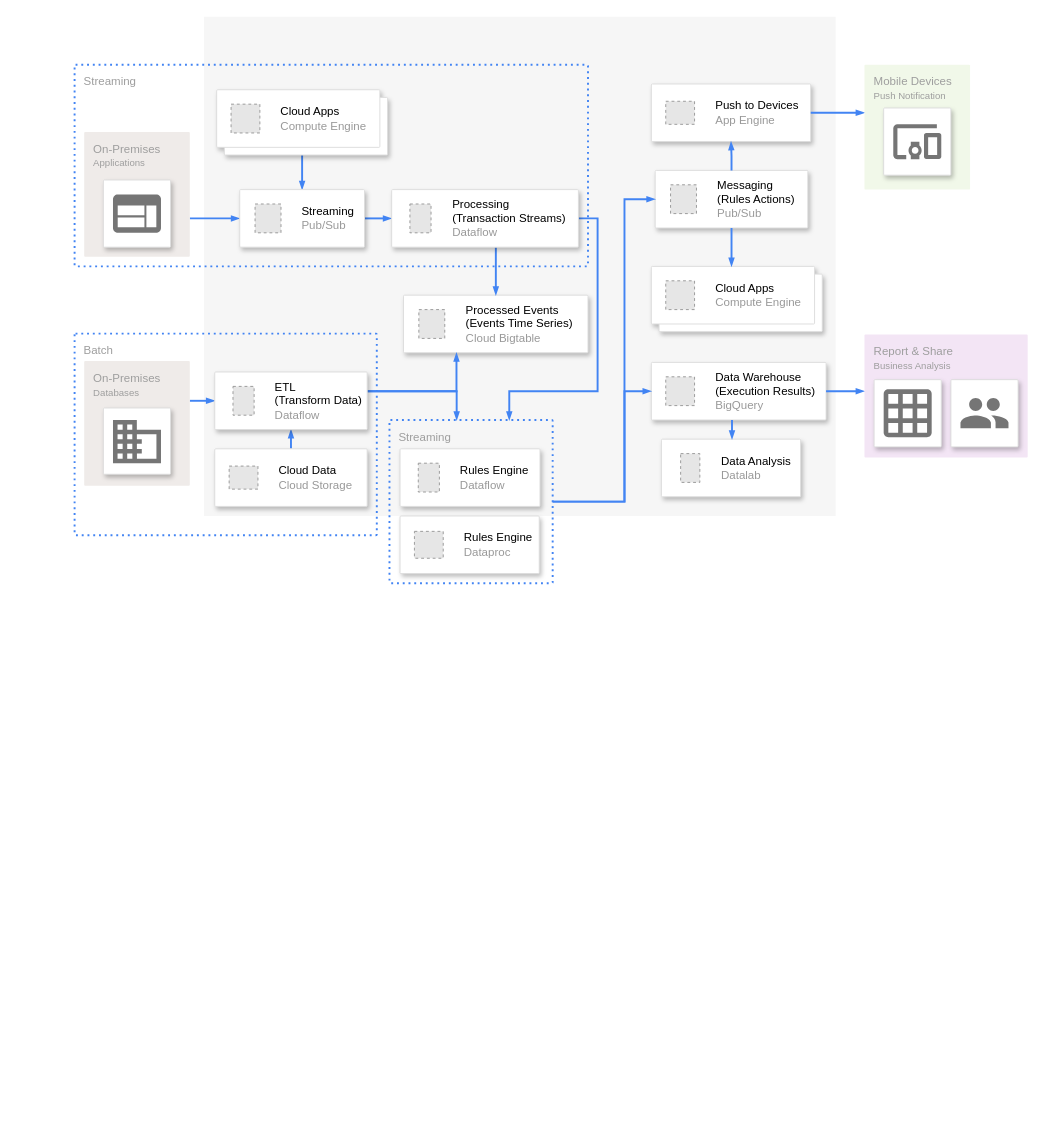
The draw.io diagram Untitled Diagram.drawio in HikariReiziq/ERD_Database-System, before the edit. Source tidied: cells renumbered, new cells numbered last; positions are measured from the earlier drawing's top-left corner, leaving out a move shared by most shapes. Both pictures are drawn from the tidied source at 96%, with x=0, y=0 at pixel (74, 16). Pictures stored in the file or linked from it are replaced by grey dashed boxes.
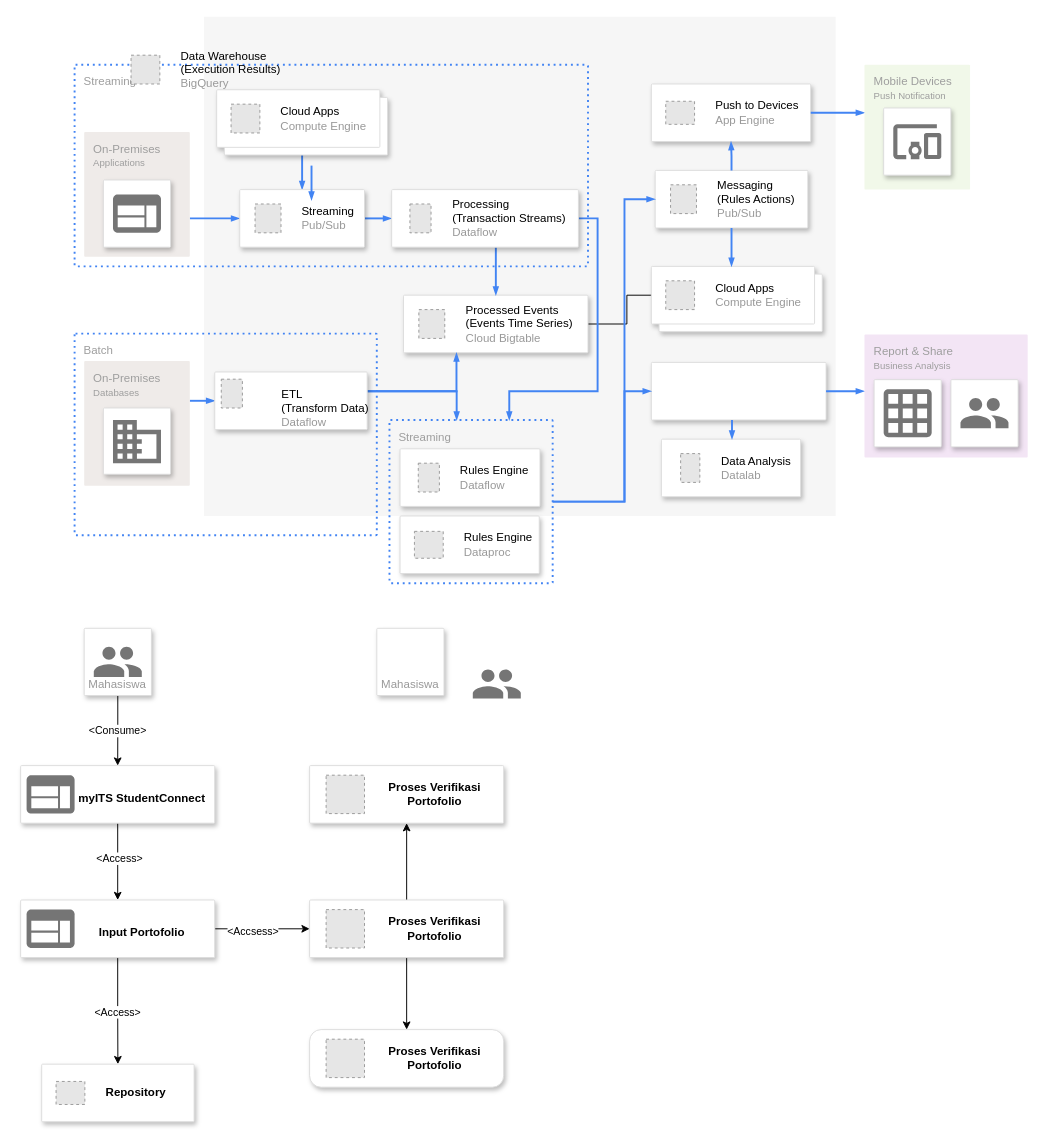
The same page after the edit.

Unchanged cells that the change refers to:
```xml
<mxCell id="2" style="fillColor=#F6F6F6;strokeColor=none;shadow=0;gradientColor=none;fontSize=14;align=left;spacing=10;fontColor=#717171;9E9E9E;verticalAlign=top;spacingTop=-4;fontStyle=0;spacingLeft=40;html=1;" parent="1" vertex="1">
  <mxGeometry x="135" width="658" height="520" as="geometry" />
</mxCell>
<mxCell id="3" style="strokeColor=#dddddd;shadow=1;strokeWidth=1;rounded=1;absoluteArcSize=1;arcSize=2;" parent="2" vertex="1">
  <mxGeometry x="207.8" y="290" width="192.2" height="60" as="geometry" />
</mxCell>
<mxCell id="11" value="&lt;font color=&quot;#000000&quot;&gt;Cloud Apps&lt;/font&gt;&lt;br&gt;Compute Engine" style="fillColor=#E6E6E6;strokeColor=#999999;dashed=1;html=1;fontColor=#999999;verticalLabelPosition=middle;verticalAlign=middle;labelPosition=right;align=left;spacingLeft=20;" parent="10" vertex="1">
  <mxGeometry width="30" height="30" relative="1" as="geometry">
    <mxPoint x="15" y="15" as="offset" />
  </mxGeometry>
</mxCell>
<mxCell id="13" style="strokeColor=#dddddd;shadow=1;strokeWidth=1;rounded=1;absoluteArcSize=1;arcSize=2;" parent="2" vertex="1">
  <mxGeometry x="466" y="360" width="182" height="60" as="geometry" />
</mxCell>
<mxCell id="56" style="strokeColor=#dddddd;shadow=1;strokeWidth=1;rounded=1;absoluteArcSize=1;arcSize=2;" parent="1" vertex="1">
  <mxGeometry x="146.2" y="370" width="158.8" height="60" as="geometry" />
</mxCell>
```

What changed in the source:
```diff
@@
+    <mxCell id="62" style="edgeStyle=orthogonalEdgeStyle;rounded=0;jettySize=auto;html=1;" parent="2" edge="1" source="3" target="11">
+      <mxGeometry relative="1" as="geometry" />
+    </mxCell>
@@
-    <mxCell id="14" value="&lt;font color=&quot;#000000&quot;&gt;Data Warehouse&lt;br&gt;(Execution Results)&lt;/font&gt;&lt;br&gt;BigQuery" style="fillColor=#E6E6E6;strokeColor=#999999;dashed=1;html=1;fontColor=#999999;verticalLabelPosition=middle;verticalAlign=middle;labelPosition=right;align=left;spacingLeft=20;" parent="13" vertex="1">
-      <mxGeometry width="30" height="30" relative="1" as="geometry">
-        <mxPoint x="15" y="15" as="offset" />
-      </mxGeometry>
-    </mxCell>
@@
+    <mxCell id="21" value="Streaming" style="rounded=1;absoluteArcSize=1;arcSize=2;html=1;strokeColor=#4284F3;gradientColor=none;shadow=0;dashed=1;fontSize=12;fontColor=#9E9E9E;align=left;verticalAlign=top;spacing=10;spacingTop=-4;fillColor=none;dashPattern=1 2;strokeWidth=2;" parent="2" vertex="1">
+      <mxGeometry x="-134.8" y="50" width="534.8" height="210" as="geometry" />
+    </mxCell>
@@
-    <mxCell id="21" value="Streaming" style="rounded=1;absoluteArcSize=1;arcSize=2;html=1;strokeColor=#4284F3;gradientColor=none;shadow=0;dashed=1;fontSize=12;fontColor=#9E9E9E;align=left;verticalAlign=top;spacing=10;spacingTop=-4;fillColor=none;dashPattern=1 2;strokeWidth=2;" parent="1" vertex="1">
-      <mxGeometry x="0.2" y="50" width="534.8" height="210" as="geometry" />
-    </mxCell>
@@
-    <mxCell id="37" style="edgeStyle=orthogonalEdgeStyle;rounded=0;html=1;dashed=0;labelBackgroundColor=none;startArrow=none;startFill=0;startSize=4;endArrow=blockThin;endFill=1;endSize=4;strokeColor=#4284F3;strokeWidth=2;fontSize=12;" parent="1" edge="1" source="54" target="56">
-      <mxGeometry relative="1" as="geometry" />
-    </mxCell>
@@
     <mxCell id="54" style="strokeColor=#dddddd;shadow=1;strokeWidth=1;rounded=1;absoluteArcSize=1;arcSize=2;" parent="1" vertex="1">
-      <mxGeometry x="146.2" y="450" width="158.8" height="60" as="geometry" />
+      <mxGeometry x="-34.1" y="1091" width="158.8" height="60" as="geometry" />
     </mxCell>
-    <mxCell id="55" value="&lt;font color=&quot;#000000&quot;&gt;Cloud Data&lt;/font&gt;&lt;br&gt;Cloud Storage" style="fillColor=#E6E6E6;strokeColor=#999999;dashed=1;html=1;fontColor=#999999;verticalLabelPosition=middle;verticalAlign=middle;labelPosition=right;align=left;spacingLeft=20;" parent="54" vertex="1">
+    <mxCell id="55" value="&lt;font color=&quot;#000000&quot;&gt;&lt;b&gt;Repository&lt;/b&gt;&lt;/font&gt;" style="fillColor=#E6E6E6;strokeColor=#999999;dashed=1;html=1;fontColor=#999999;verticalLabelPosition=middle;verticalAlign=middle;labelPosition=right;align=left;spacingLeft=20;" parent="54" vertex="1">
       <mxGeometry width="30" height="24" relative="1" as="geometry">
         <mxPoint x="15" y="18" as="offset" />
       </mxGeometry>
     </mxCell>
@@
-    <mxCell id="57" value="&lt;font color=&quot;#000000&quot;&gt;ETL&lt;br&gt;(Transform Data)&lt;/font&gt;&lt;br&gt;Dataflow" style="fillColor=#E6E6E6;strokeColor=#999999;dashed=1;html=1;fontColor=#999999;verticalLabelPosition=middle;verticalAlign=middle;labelPosition=right;align=left;spacingLeft=20;" parent="56" vertex="1">
-      <mxGeometry width="22" height="30" relative="1" as="geometry">
-        <mxPoint x="19" y="15" as="offset" />
-      </mxGeometry>
-    </mxCell>
@@
+    <mxCell id="63" value="&amp;lt;Consume&amp;gt;" style="edgeStyle=orthogonalEdgeStyle;rounded=0;jettySize=auto;html=1;entryX=0.5;entryY=0;entryDx=0;entryDy=0;" parent="1" edge="1" source="64" target="69">
+      <mxGeometry relative="1" as="geometry" />
+    </mxCell>
+    <mxCell id="64" value="Mahasiswa" style="strokeColor=#dddddd;fillColor=#ffffff;shadow=1;strokeWidth=1;rounded=1;absoluteArcSize=1;arcSize=2;labelPosition=center;verticalLabelPosition=middle;align=center;verticalAlign=bottom;spacingLeft=0;fontColor=#999999;fontSize=12;whiteSpace=wrap;spacingBottom=2;html=1;" parent="1" vertex="1">
+      <mxGeometry x="10.2" y="637" width="70" height="70" as="geometry" />
+    </mxCell>
+    <mxCell id="65" style="dashed=0;html=1;fillColor=#757575;strokeColor=none;shape=mxgraph.gcp2.users;" parent="64" vertex="1">
+      <mxGeometry x="0.5" width="50" height="31.5" relative="1" as="geometry">
+        <mxPoint x="-25" y="19.2" as="offset" />
+      </mxGeometry>
+    </mxCell>
+    <mxCell id="66" style="edgeStyle=orthogonalEdgeStyle;rounded=0;html=1;dashed=0;labelBackgroundColor=none;startArrow=none;startFill=0;startSize=4;endArrow=blockThin;endFill=1;endSize=4;strokeColor=#4284F3;strokeWidth=2;fontSize=12;" parent="1" edge="1">
+      <mxGeometry relative="1" as="geometry">
+        <mxPoint x="247" y="155" as="sourcePoint" />
+        <mxPoint x="247" y="191" as="targetPoint" />
+      </mxGeometry>
+    </mxCell>
+    <mxCell id="67" style="edgeStyle=orthogonalEdgeStyle;rounded=0;jettySize=auto;html=1;" parent="1" edge="1" source="69" target="76">
+      <mxGeometry relative="1" as="geometry" />
+    </mxCell>
+    <mxCell id="68" value="&amp;lt;Access&amp;gt;" style="edgeLabel;html=1;align=center;verticalAlign=middle;" parent="67" vertex="1">
+      <mxGeometry x="-0.11" y="1" relative="1" as="geometry" />
+    </mxCell>
+    <mxCell id="69" style="strokeColor=#dddddd;shadow=1;strokeWidth=1;rounded=1;absoluteArcSize=1;arcSize=2;" parent="1" vertex="1">
+      <mxGeometry x="-56" y="780" width="202.2" height="60" as="geometry" />
+    </mxCell>
+    <mxCell id="70" style="dashed=0;html=1;fillColor=#757575;strokeColor=none;shape=mxgraph.gcp2.application;" parent="1" vertex="1">
+      <mxGeometry x="-49.8" y="790" width="50" height="40" as="geometry" />
+    </mxCell>
+    <mxCell id="57" value="&lt;font color=&quot;#000000&quot;&gt;ETL&lt;br&gt;(Transform Data)&lt;/font&gt;&lt;br&gt;Dataflow" style="fillColor=#E6E6E6;strokeColor=#999999;dashed=1;html=1;fontColor=#999999;verticalLabelPosition=middle;verticalAlign=middle;labelPosition=right;align=left;spacingLeft=20;" parent="1" vertex="1">
+      <mxGeometry x="153" y="377.5" width="22" height="30" as="geometry">
+        <mxPoint x="19" y="15" as="offset" />
+      </mxGeometry>
+    </mxCell>
+    <mxCell id="71" value="&lt;font style=&quot;font-size: 12px;&quot;&gt;myITS StudentConnect&lt;/font&gt;" style="text;strokeColor=none;fillColor=none;html=1;fontSize=24;fontStyle=1;verticalAlign=middle;align=center;" parent="1" vertex="1">
+      <mxGeometry x="20.2" y="790" width="100" height="40" as="geometry" />
+    </mxCell>
+    <mxCell id="72" style="edgeStyle=orthogonalEdgeStyle;rounded=0;jettySize=auto;html=1;" parent="1" edge="1" source="76" target="54">
+      <mxGeometry relative="1" as="geometry" />
+    </mxCell>
+    <mxCell id="73" value="&amp;lt;Access&amp;gt;" style="edgeLabel;html=1;align=center;verticalAlign=middle;" parent="72" vertex="1">
+      <mxGeometry x="0.03" y="-1" relative="1" as="geometry" />
+    </mxCell>
+    <mxCell id="74" style="edgeStyle=orthogonalEdgeStyle;rounded=0;jettySize=auto;html=1;" parent="1" edge="1" source="76" target="81">
+      <mxGeometry relative="1" as="geometry" />
+    </mxCell>
+    <mxCell id="75" value="&amp;lt;Accsess&amp;gt;" style="edgeLabel;html=1;align=center;verticalAlign=middle;" parent="74" vertex="1">
+      <mxGeometry x="-0.22" y="-2" relative="1" as="geometry" />
+    </mxCell>
+    <mxCell id="76" style="strokeColor=#dddddd;shadow=1;strokeWidth=1;rounded=1;absoluteArcSize=1;arcSize=2;" parent="1" vertex="1">
+      <mxGeometry x="-56" y="920" width="202.2" height="60" as="geometry" />
+    </mxCell>
+    <mxCell id="77" value="&lt;span style=&quot;font-size: 12px;&quot;&gt;Input Portofolio&lt;/span&gt;" style="text;strokeColor=none;fillColor=none;html=1;fontSize=24;fontStyle=1;verticalAlign=middle;align=center;" parent="1" vertex="1">
+      <mxGeometry x="20.2" y="930" width="100" height="40" as="geometry" />
+    </mxCell>
+    <mxCell id="78" style="dashed=0;html=1;fillColor=#757575;strokeColor=none;shape=mxgraph.gcp2.application;" parent="1" vertex="1">
+      <mxGeometry x="-49.8" y="930" width="50" height="40" as="geometry" />
+    </mxCell>
+    <mxCell id="79" style="edgeStyle=orthogonalEdgeStyle;rounded=0;jettySize=auto;html=1;entryX=0.5;entryY=1;entryDx=0;entryDy=0;" parent="1" edge="1" source="81" target="84">
+      <mxGeometry relative="1" as="geometry" />
+    </mxCell>
+    <mxCell id="80" style="edgeStyle=orthogonalEdgeStyle;rounded=0;jettySize=auto;html=1;entryX=0.5;entryY=0;entryDx=0;entryDy=0;" parent="1" edge="1" source="81" target="87">
+      <mxGeometry relative="1" as="geometry" />
+    </mxCell>
+    <mxCell id="81" style="strokeColor=#dddddd;shadow=1;strokeWidth=1;rounded=1;absoluteArcSize=1;arcSize=2;" parent="1" vertex="1">
+      <mxGeometry x="245" y="920" width="202.2" height="60" as="geometry" />
+    </mxCell>
+    <mxCell id="82" value="&lt;b&gt;Proses Verifikasi Portofolio&lt;/b&gt;" style="text;html=1;align=center;verticalAlign=middle;whiteSpace=wrap;rounded=0;" parent="1" vertex="1">
+      <mxGeometry x="326.2" y="935" width="98.8" height="30" as="geometry" />
+    </mxCell>
+    <mxCell id="14" value="&lt;font color=&quot;#000000&quot;&gt;Data Warehouse&lt;br&gt;(Execution Results)&lt;/font&gt;&lt;br&gt;BigQuery" style="fillColor=#E6E6E6;strokeColor=#999999;dashed=1;html=1;fontColor=#999999;verticalLabelPosition=middle;verticalAlign=middle;labelPosition=right;align=left;spacingLeft=20;" parent="1" vertex="1">
+      <mxGeometry width="30" height="30" relative="1" as="geometry">
+        <mxPoint x="59" y="40" as="offset" />
+      </mxGeometry>
+    </mxCell>
+    <mxCell id="83" style="fillColor=#E6E6E6;strokeColor=#999999;dashed=1;html=1;verticalAlign=top;verticalLabelPosition=bottom;labelBackgroundColor=#ffffff;" parent="1" vertex="1">
+      <mxGeometry x="262.2" y="930" width="40" height="40" as="geometry" />
+    </mxCell>
+    <mxCell id="84" style="strokeColor=#dddddd;shadow=1;strokeWidth=1;rounded=1;absoluteArcSize=1;arcSize=2;" parent="1" vertex="1">
+      <mxGeometry x="245" y="780" width="202.2" height="60" as="geometry" />
+    </mxCell>
+    <mxCell id="85" value="&lt;b&gt;Proses Verifikasi Portofolio&lt;/b&gt;" style="text;html=1;align=center;verticalAlign=middle;whiteSpace=wrap;rounded=0;" parent="1" vertex="1">
+      <mxGeometry x="326.2" y="795" width="98.8" height="30" as="geometry" />
+    </mxCell>
+    <mxCell id="86" style="fillColor=#E6E6E6;strokeColor=#999999;dashed=1;html=1;verticalAlign=top;verticalLabelPosition=bottom;labelBackgroundColor=#ffffff;" parent="1" vertex="1">
+      <mxGeometry x="262.2" y="790" width="40" height="40" as="geometry" />
+    </mxCell>
+    <mxCell id="87" style="strokeColor=#dddddd;shadow=1;strokeWidth=1;rounded=1;absoluteArcSize=1;arcSize=24;" parent="1" vertex="1">
+      <mxGeometry x="245" y="1055" width="202.2" height="60" as="geometry" />
+    </mxCell>
+    <mxCell id="88" value="&lt;b&gt;Proses Verifikasi Portofolio&lt;/b&gt;" style="text;html=1;align=center;verticalAlign=middle;whiteSpace=wrap;rounded=0;" parent="1" vertex="1">
+      <mxGeometry x="326.2" y="1070" width="98.8" height="30" as="geometry" />
+    </mxCell>
+    <mxCell id="89" style="fillColor=#E6E6E6;strokeColor=#999999;dashed=1;html=1;verticalAlign=top;verticalLabelPosition=bottom;labelBackgroundColor=#ffffff;" parent="1" vertex="1">
+      <mxGeometry x="262.2" y="1065" width="40" height="40" as="geometry" />
+    </mxCell>
+    <mxCell id="90" value="Mahasiswa" style="strokeColor=#dddddd;fillColor=#ffffff;shadow=1;strokeWidth=1;rounded=1;absoluteArcSize=1;arcSize=2;labelPosition=center;verticalLabelPosition=middle;align=center;verticalAlign=bottom;spacingLeft=0;fontColor=#999999;fontSize=12;whiteSpace=wrap;spacingBottom=2;html=1;" parent="1" vertex="1">
+      <mxGeometry x="315" y="637" width="70" height="70" as="geometry" />
+    </mxCell>
+    <mxCell id="91" style="dashed=0;html=1;fillColor=#757575;strokeColor=none;shape=mxgraph.gcp2.users;" parent="1" vertex="1">
+      <mxGeometry x="415" y="680" width="50" height="30" as="geometry">
+        <mxPoint x="-25" y="19.2" as="offset" />
+      </mxGeometry>
+    </mxCell>
```
